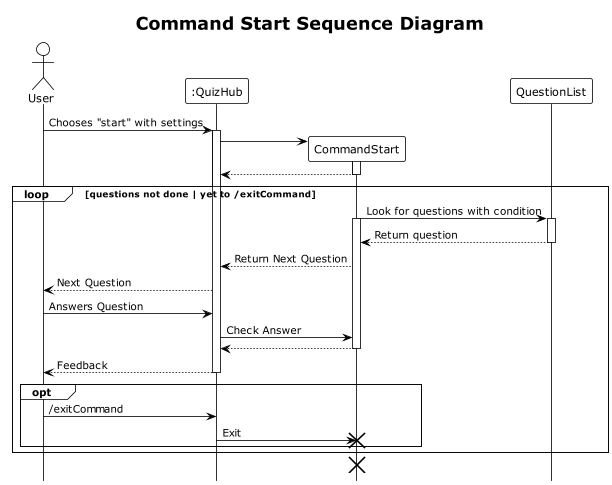
Above: docs/UML/Images/commandStartLoop.png in nus-cs2113-AY2324S1/tp (PlantUML), before the change.
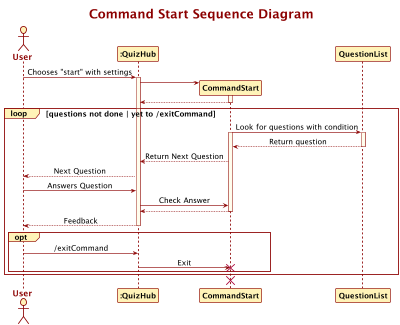
After the commit.

What changed in the source:
```diff
@@ -1,6 +1,5 @@
 @startuml
-!theme plain
-hide footbox
+!include Style.puml
 Title: Command Start Sequence Diagram
 
 actor User
@@ -33,7 +32,7 @@
     opt
         User -> Ui : /exitCommand
         Ui -> CommandStart : Exit
-destroy CommandStart
+    destroy CommandStart
     end
 end
 destroy CommandStart
```
